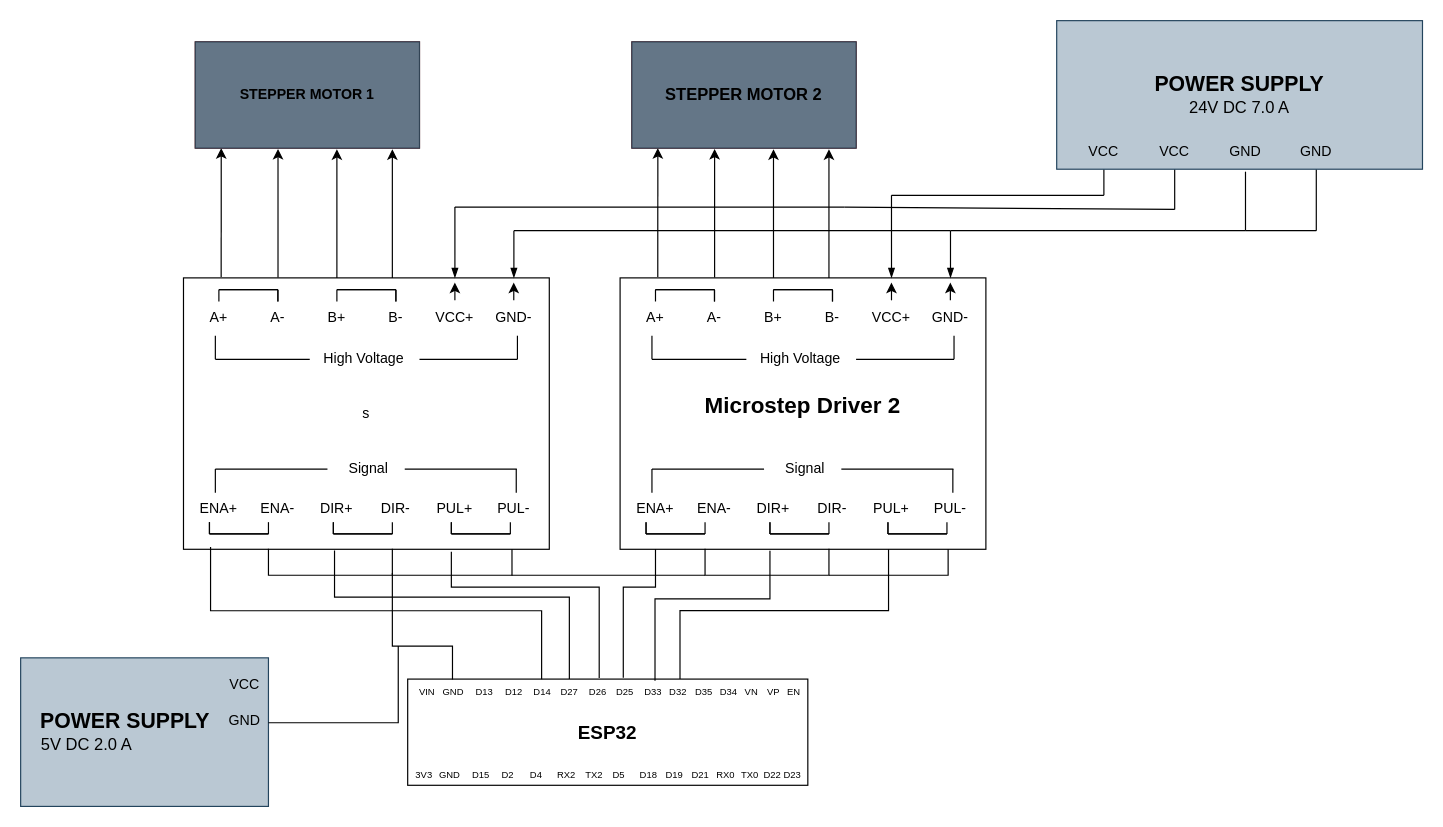
Above: Stepper-Driver-Esp32 Circuit Diagram.drawio in DattBhatt/Draw.io (draw.io), before the change. Source tidied: cells renumbered, new cells numbered last; positions are measured from the earlier drawing's top-left corner, leaving out a move shared by most shapes. Both pictures are drawn from the tidied source at 118%, with x=0, y=0 at pixel (20, 20).
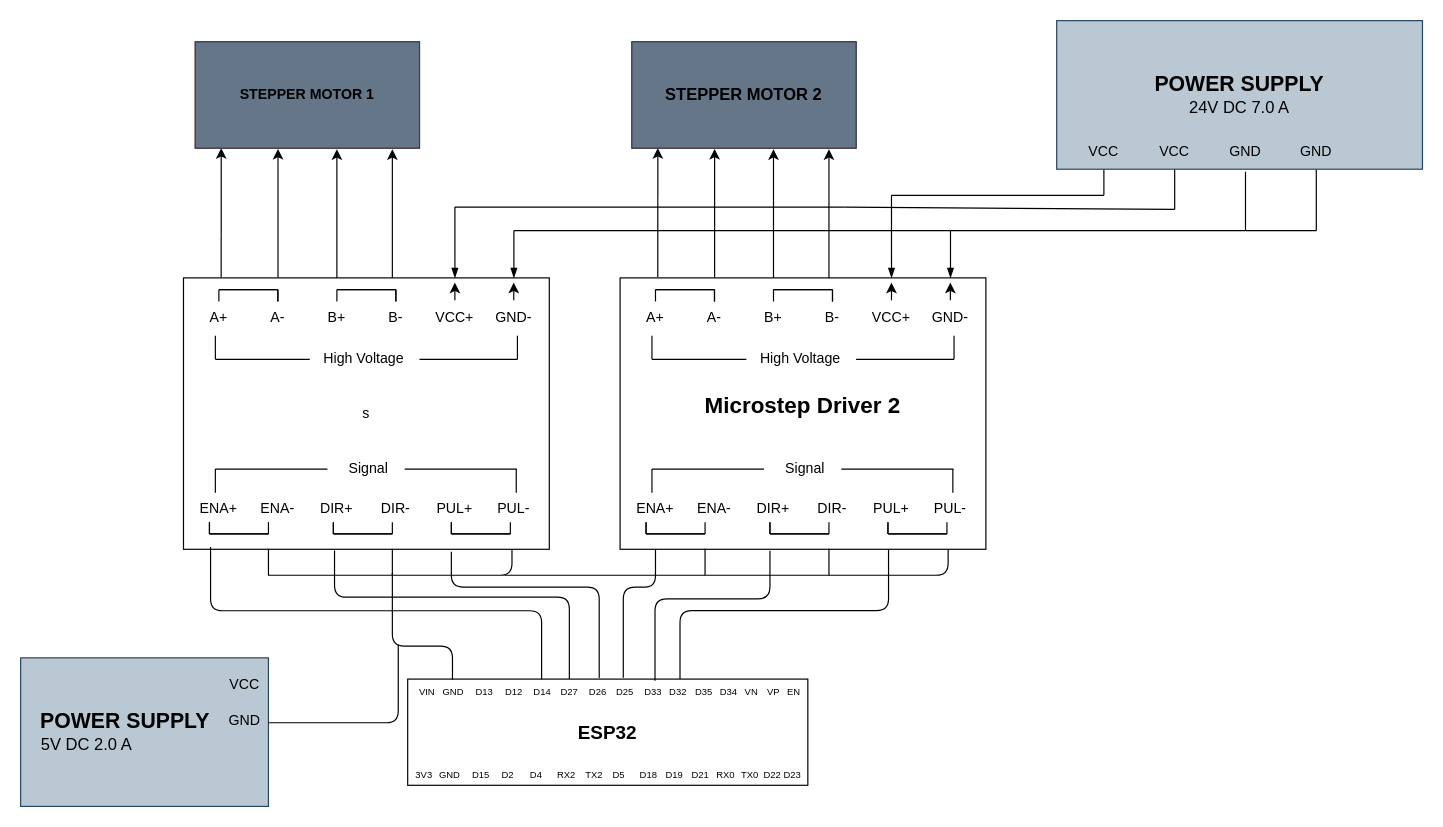
The same diagram, later.

Unchanged cells that the change refers to:
```xml
<mxCell id="2" value="s" style="rounded=0;whiteSpace=wrap;html=1;fillColor=default;" parent="1" vertex="1">
  <mxGeometry x="138" y="218" width="310" height="230" as="geometry" />
</mxCell>
<mxCell id="157" value="&lt;font style=&quot;font-size: 8px;&quot;&gt;GND&lt;/font&gt;" style="text;html=1;align=left;verticalAlign=middle;points=[];strokeColor=none;fillColor=none;rounded=0;imageAlign=center;imageWidth=24;spacing=0;" parent="154" vertex="1">
  <mxGeometry x="30.4" width="40" height="20" as="geometry" />
</mxCell>
<mxCell id="163" value="&lt;font style=&quot;font-size: 8px;&quot;&gt;D25&lt;/font&gt;" style="text;html=1;align=left;verticalAlign=middle;points=[];strokeColor=none;fillColor=none;rounded=0;imageAlign=center;imageWidth=24;spacing=0;" parent="154" vertex="1">
  <mxGeometry x="176.8" width="30" height="20" as="geometry" />
</mxCell>
<mxCell id="164" value="&lt;font style=&quot;font-size: 8px;&quot;&gt;D33&lt;/font&gt;" style="text;html=1;align=left;verticalAlign=middle;points=[];strokeColor=none;fillColor=none;rounded=0;imageAlign=center;imageWidth=24;spacing=0;" parent="154" vertex="1">
  <mxGeometry x="200.5" width="30" height="20" as="geometry" />
</mxCell>
<mxCell id="165" value="&lt;font style=&quot;font-size: 8px;&quot;&gt;D32&lt;/font&gt;" style="text;html=1;align=left;verticalAlign=middle;points=[];strokeColor=none;fillColor=none;rounded=0;imageAlign=center;imageWidth=24;spacing=0;" parent="154" vertex="1">
  <mxGeometry x="222.1" width="30" height="20" as="geometry" />
</mxCell>
```

Diff of the diagram source:
```diff
@@
-    <mxCell id="195" style="edgeStyle=elbowEdgeStyle;elbow=vertical;endArrow=none;html=1;curved=0;rounded=0;endSize=8;startSize=8;endFill=0;strokeColor=light-dark(#000000,#FF8000);align=center;verticalAlign=middle;fontFamily=Helvetica;fontSize=11;fontColor=default;labelBackgroundColor=default;exitX=0.197;exitY=-0.061;exitDx=0;exitDy=0;exitPerimeter=0;" parent="1" edge="1" source="163">
+    <mxCell id="195" style="edgeStyle=elbowEdgeStyle;elbow=vertical;endArrow=none;html=1;curved=0;rounded=1;endSize=8;startSize=8;endFill=0;strokeColor=light-dark(#000000,#FF8000);align=center;verticalAlign=middle;fontFamily=Helvetica;fontSize=11;fontColor=default;labelBackgroundColor=default;exitX=0.197;exitY=-0.061;exitDx=0;exitDy=0;exitPerimeter=0;" parent="1" edge="1" source="163">
       <mxGeometry relative="1" as="geometry">
         <mxPoint x="538" y="448" as="targetPoint" />
         <Array as="points">
           <mxPoint x="530" y="480" />
         </Array>
       </mxGeometry>
     </mxCell>
-    <mxCell id="196" style="edgeStyle=elbowEdgeStyle;elbow=vertical;endArrow=none;html=1;curved=0;rounded=0;endSize=8;startSize=8;endFill=0;strokeColor=light-dark(#000000,#FFFF33);align=center;verticalAlign=middle;fontFamily=Helvetica;fontSize=11;fontColor=default;labelBackgroundColor=default;exitX=0.303;exitY=0.071;exitDx=0;exitDy=0;exitPerimeter=0;" parent="1" edge="1" source="164">
+    <mxCell id="196" style="edgeStyle=elbowEdgeStyle;elbow=vertical;endArrow=none;html=1;curved=0;rounded=1;endSize=8;startSize=8;endFill=0;strokeColor=light-dark(#000000,#FFFF33);align=center;verticalAlign=middle;fontFamily=Helvetica;fontSize=11;fontColor=default;labelBackgroundColor=default;exitX=0.303;exitY=0.071;exitDx=0;exitDy=0;exitPerimeter=0;" parent="1" edge="1" source="164">
       <mxGeometry relative="1" as="geometry">
         <mxPoint x="635" y="449.2" as="targetPoint" />
         <Array as="points">
           <mxPoint x="590" y="490" />
         </Array>
       </mxGeometry>
     </mxCell>
-    <mxCell id="197" style="edgeStyle=elbowEdgeStyle;elbow=vertical;endArrow=none;html=1;curved=0;rounded=0;endSize=8;startSize=8;endFill=0;strokeColor=light-dark(#000000,#3399FF);align=center;verticalAlign=middle;fontFamily=Helvetica;fontSize=11;fontColor=default;labelBackgroundColor=default;exitX=0.289;exitY=-0.004;exitDx=0;exitDy=0;exitPerimeter=0;" parent="1" edge="1" source="165">
+    <mxCell id="197" style="edgeStyle=elbowEdgeStyle;elbow=vertical;endArrow=none;html=1;curved=0;rounded=1;endSize=8;startSize=8;endFill=0;strokeColor=light-dark(#000000,#3399FF);align=center;verticalAlign=middle;fontFamily=Helvetica;fontSize=11;fontColor=default;labelBackgroundColor=default;exitX=0.289;exitY=-0.004;exitDx=0;exitDy=0;exitPerimeter=0;" parent="1" edge="1" source="165">
       <mxGeometry relative="1" as="geometry">
         <mxPoint x="735.5" y="448" as="targetPoint" />
         <Array as="points">
           <mxPoint x="690" y="500" />
         </Array>
       </mxGeometry>
     </mxCell>
-    <mxCell id="198" style="edgeStyle=elbowEdgeStyle;elbow=vertical;endArrow=none;html=1;curved=0;rounded=0;endSize=8;startSize=8;endFill=0;strokeColor=light-dark(#000000,#3399FF);align=center;verticalAlign=middle;fontFamily=Helvetica;fontSize=11;fontColor=default;labelBackgroundColor=default;exitX=0.197;exitY=-0.061;exitDx=0;exitDy=0;exitPerimeter=0;" parent="1" edge="1">
+    <mxCell id="198" style="edgeStyle=elbowEdgeStyle;elbow=vertical;endArrow=none;html=1;curved=0;rounded=1;endSize=8;startSize=8;endFill=0;strokeColor=light-dark(#000000,#3399FF);align=center;verticalAlign=middle;fontFamily=Helvetica;fontSize=11;fontColor=default;labelBackgroundColor=default;exitX=0.197;exitY=-0.061;exitDx=0;exitDy=0;exitPerimeter=0;" parent="1" edge="1">
       <mxGeometry relative="1" as="geometry">
         <mxPoint x="490.3" y="557" as="sourcePoint" />
         <mxPoint x="365" y="450" as="targetPoint" />
         <Array as="points">
           <mxPoint x="509.3" y="480" />
         </Array>
       </mxGeometry>
     </mxCell>
-    <mxCell id="199" style="edgeStyle=elbowEdgeStyle;elbow=vertical;endArrow=none;html=1;curved=0;rounded=0;endSize=8;startSize=8;endFill=0;strokeColor=light-dark(#000000,#FFFF33);align=center;verticalAlign=middle;fontFamily=Helvetica;fontSize=11;fontColor=default;labelBackgroundColor=default;" parent="1" edge="1">
+    <mxCell id="199" style="edgeStyle=elbowEdgeStyle;elbow=vertical;endArrow=none;html=1;curved=0;rounded=1;endSize=8;startSize=8;endFill=0;strokeColor=light-dark(#000000,#FFFF33);align=center;verticalAlign=middle;fontFamily=Helvetica;fontSize=11;fontColor=default;labelBackgroundColor=default;" parent="1" edge="1">
       <mxGeometry relative="1" as="geometry">
         <mxPoint x="465" y="558" as="sourcePoint" />
         <mxPoint x="266" y="449" as="targetPoint" />
         <Array as="points">
           <mxPoint x="514.5" y="488.6" />
         </Array>
       </mxGeometry>
     </mxCell>
-    <mxCell id="200" style="edgeStyle=elbowEdgeStyle;elbow=vertical;endArrow=none;html=1;curved=0;rounded=0;endSize=8;startSize=8;endFill=0;strokeColor=light-dark(#000000,#FF8000);align=center;verticalAlign=middle;fontFamily=Helvetica;fontSize=11;fontColor=default;labelBackgroundColor=default;exitX=0.289;exitY=-0.004;exitDx=0;exitDy=0;exitPerimeter=0;entryX=0.074;entryY=0.992;entryDx=0;entryDy=0;entryPerimeter=0;" parent="1" edge="1" target="2">
+    <mxCell id="200" style="edgeStyle=elbowEdgeStyle;elbow=vertical;endArrow=none;html=1;curved=0;rounded=1;endSize=8;startSize=8;endFill=0;strokeColor=light-dark(#000000,#FF8000);align=center;verticalAlign=middle;fontFamily=Helvetica;fontSize=11;fontColor=default;labelBackgroundColor=default;exitX=0.289;exitY=-0.004;exitDx=0;exitDy=0;exitPerimeter=0;entryX=0.074;entryY=0.992;entryDx=0;entryDy=0;entryPerimeter=0;" parent="1" edge="1" target="2">
       <mxGeometry relative="1" as="geometry">
         <mxPoint x="441.5" y="558.1" as="sourcePoint" />
         <Array as="points">
           <mxPoint x="572.5" y="500.1" />
         </Array>
       </mxGeometry>
     </mxCell>
-    <mxCell id="201" style="edgeStyle=segmentEdgeStyle;endArrow=none;html=1;curved=0;rounded=0;endSize=8;startSize=8;endFill=0;strokeColor=light-dark(#000000,#000000);align=center;verticalAlign=middle;fontFamily=Helvetica;fontSize=11;fontColor=default;labelBackgroundColor=default;" parent="1" edge="1">
+    <mxCell id="201" style="edgeStyle=segmentEdgeStyle;endArrow=none;html=1;curved=0;rounded=1;endSize=8;startSize=8;endFill=0;strokeColor=light-dark(#000000,#000000);align=center;verticalAlign=middle;fontFamily=Helvetica;fontSize=11;fontColor=default;labelBackgroundColor=default;" parent="1" edge="1">
       <mxGeometry relative="1" as="geometry">
         <mxPoint x="210" y="595" as="sourcePoint" />
-        <mxPoint x="320" y="530" as="targetPoint" />
+        <mxPoint x="320" y="529" as="targetPoint" />
       </mxGeometry>
     </mxCell>
-    <mxCell id="202" style="edgeStyle=elbowEdgeStyle;elbow=vertical;endArrow=none;html=1;curved=0;rounded=0;endSize=8;startSize=8;endFill=0;strokeColor=light-dark(#000000,#000000);align=center;verticalAlign=middle;fontFamily=Helvetica;fontSize=11;fontColor=default;labelBackgroundColor=default;exitX=0.189;exitY=0.015;exitDx=0;exitDy=0;exitPerimeter=0;" parent="1" edge="1" source="157">
+    <mxCell id="202" style="edgeStyle=elbowEdgeStyle;elbow=vertical;endArrow=none;html=1;curved=0;rounded=1;endSize=8;startSize=8;endFill=0;strokeColor=light-dark(#000000,#000000);align=center;verticalAlign=middle;fontFamily=Helvetica;fontSize=11;fontColor=default;labelBackgroundColor=default;exitX=0.189;exitY=0.015;exitDx=0;exitDy=0;exitPerimeter=0;" parent="1" edge="1" source="157">
       <mxGeometry relative="1" as="geometry">
         <mxPoint x="315" y="468" as="targetPoint" />
         <Array as="points">
           <mxPoint x="340" y="530" />
         </Array>
       </mxGeometry>
     </mxCell>
-    <mxCell id="203" style="shape=partialRectangle;whiteSpace=wrap;html=1;bottom=1;right=1;left=1;top=0;fillColor=none;routingCenterX=-0.5;rounded=0;strokeColor=light-dark(#000000,#000000);align=center;verticalAlign=middle;fontFamily=Helvetica;fontSize=11;fontColor=default;labelBackgroundColor=default;" parent="1" vertex="1">
+    <mxCell id="203" style="shape=partialRectangle;whiteSpace=wrap;html=1;bottom=1;right=1;left=1;top=0;fillColor=none;routingCenterX=-0.5;rounded=1;strokeColor=light-dark(#000000,#000000);align=center;verticalAlign=middle;fontFamily=Helvetica;fontSize=11;fontColor=default;labelBackgroundColor=default;" parent="1" vertex="1">
       <mxGeometry x="210" y="448" width="105" height="22" as="geometry" />
     </mxCell>
-    <mxCell id="204" style="edgeStyle=segmentEdgeStyle;endArrow=none;html=1;curved=0;rounded=0;endSize=8;startSize=8;endFill=0;strokeColor=light-dark(#000000,#000000);align=center;verticalAlign=middle;fontFamily=Helvetica;fontSize=11;fontColor=default;labelBackgroundColor=default;entryX=0.898;entryY=1;entryDx=0;entryDy=0;entryPerimeter=0;" parent="1" edge="1" target="2">
+    <mxCell id="204" style="edgeStyle=segmentEdgeStyle;endArrow=none;html=1;curved=0;rounded=1;endSize=8;startSize=8;endFill=0;strokeColor=light-dark(#000000,#000000);align=center;verticalAlign=middle;fontFamily=Helvetica;fontSize=11;fontColor=default;labelBackgroundColor=default;entryX=0.898;entryY=1;entryDx=0;entryDy=0;entryPerimeter=0;" parent="1" edge="1" target="2">
       <mxGeometry relative="1" as="geometry">
         <mxPoint x="315" y="470" as="sourcePoint" />
       </mxGeometry>
     </mxCell>
-    <mxCell id="205" style="edgeStyle=segmentEdgeStyle;endArrow=none;html=1;curved=0;rounded=0;endSize=8;startSize=8;endFill=0;strokeColor=light-dark(#000000,#000000);align=center;verticalAlign=middle;fontFamily=Helvetica;fontSize=11;fontColor=default;labelBackgroundColor=default;entryX=0.898;entryY=1;entryDx=0;entryDy=0;entryPerimeter=0;" parent="1" edge="1">
+    <mxCell id="205" style="edgeStyle=segmentEdgeStyle;endArrow=none;html=1;curved=0;rounded=1;endSize=8;startSize=8;endFill=0;strokeColor=light-dark(#000000,#000000);align=center;verticalAlign=middle;fontFamily=Helvetica;fontSize=11;fontColor=default;labelBackgroundColor=default;entryX=0.898;entryY=1;entryDx=0;entryDy=0;entryPerimeter=0;" parent="1" edge="1">
       <mxGeometry relative="1" as="geometry">
         <mxPoint x="685" y="470" as="sourcePoint" />
         <mxPoint x="786" y="448" as="targetPoint" />
       </mxGeometry>
     </mxCell>
-    <mxCell id="206" style="shape=partialRectangle;whiteSpace=wrap;html=1;bottom=1;right=1;left=1;top=0;fillColor=none;routingCenterX=-0.5;rounded=0;strokeColor=light-dark(#000000,#000000);align=center;verticalAlign=middle;fontFamily=Helvetica;fontSize=11;fontColor=default;labelBackgroundColor=default;" parent="1" vertex="1">
+    <mxCell id="206" style="shape=partialRectangle;whiteSpace=wrap;html=1;bottom=1;right=1;left=1;top=0;fillColor=none;routingCenterX=-0.5;rounded=1;strokeColor=light-dark(#000000,#000000);align=center;verticalAlign=middle;fontFamily=Helvetica;fontSize=11;fontColor=default;labelBackgroundColor=default;" parent="1" vertex="1">
       <mxGeometry x="580" y="448" width="105" height="22" as="geometry" />
     </mxCell>
     <mxCell id="207" style="line;strokeWidth=1;html=1;rounded=0;strokeColor=light-dark(#000000,#000000);align=center;verticalAlign=middle;fontFamily=Helvetica;fontSize=11;fontColor=default;labelBackgroundColor=default;" parent="1" vertex="1">
-      <mxGeometry x="416" y="465" width="164" height="10" as="geometry" />
+      <mxGeometry x="410" y="465" width="170" height="10" as="geometry" />
     </mxCell>
```
